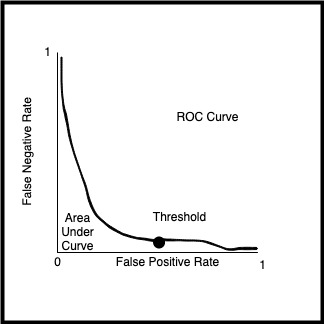
The draw.io diagram machine_learning/diagrams/ROC.drawio.png in analytiq-hub/sigagent.github.io, before a commit. Source tidied: cells renumbered, new cells last; positions are measured from the earlier drawing's top-left corner, leaving out a move shared by most shapes. Its diagram source:
```xml
<mxGraphModel>
  <root>
    <mxCell id="0" />
    <mxCell id="1" parent="0" />
    <mxCell id="2" style="whiteSpace=wrap;html=1;strokeWidth=4;" parent="1" vertex="1">
      <mxGeometry x="40" width="320" height="320" as="geometry" />
    </mxCell>
    <mxCell id="3" style="endArrow=none;html=1;rounded=0;" parent="1" edge="1">
      <mxGeometry relative="1" as="geometry">
        <mxPoint x="95" y="250" as="sourcePoint" />
        <mxPoint x="295" y="250" as="targetPoint" />
      </mxGeometry>
    </mxCell>
    <mxCell id="4" style="endArrow=none;html=1;rounded=0;" parent="1" edge="1">
      <mxGeometry relative="1" as="geometry">
        <mxPoint x="95" y="250" as="sourcePoint" />
        <mxPoint x="295" y="250" as="targetPoint" />
      </mxGeometry>
    </mxCell>
    <mxCell id="5" value="ROC Curve" style="text;html=1;align=center;verticalAlign=middle;strokeColor=none;fillColor=none;" parent="1" vertex="1">
      <mxGeometry x="200" y="100" width="90" height="30" as="geometry" />
    </mxCell>
    <mxCell id="6" value="False Positive Rate" style="text;html=1;align=center;verticalAlign=middle;strokeColor=none;fillColor=none;" parent="1" vertex="1">
      <mxGeometry x="140" y="245" width="130" height="30" as="geometry" />
    </mxCell>
    <mxCell id="7" value="False Negative Rate" style="text;html=1;align=center;verticalAlign=middle;strokeColor=none;fillColor=none;rotation=270;" parent="1" vertex="1">
      <mxGeometry y="135" width="130" height="30" as="geometry" />
    </mxCell>
    <mxCell id="8" style="endArrow=none;html=1;rounded=0;" parent="1" edge="1">
      <mxGeometry relative="1" as="geometry">
        <mxPoint x="95" y="250" as="sourcePoint" />
        <mxPoint x="295" y="250" as="targetPoint" />
      </mxGeometry>
    </mxCell>
    <mxCell id="9" style="shape=(stored shape, 4168 characters);lineShape=1;" parent="1" vertex="1">
      <mxGeometry x="98.4" y="54.4" width="196.3" height="193.4" as="geometry" />
    </mxCell>
    <mxCell id="10" style="endArrow=none;html=1;rounded=0;" parent="1" edge="1">
      <mxGeometry relative="1" as="geometry">
        <mxPoint x="95" y="250" as="sourcePoint" />
        <mxPoint x="95" y="50" as="targetPoint" />
      </mxGeometry>
    </mxCell>
    <mxCell id="11" value="0" style="text;html=1;align=center;verticalAlign=middle;strokeColor=none;fillColor=none;" parent="1" vertex="1">
      <mxGeometry x="80" y="245" width="30" height="30" as="geometry" />
    </mxCell>
    <mxCell id="12" value="1" style="text;html=1;align=center;verticalAlign=middle;strokeColor=none;fillColor=none;" parent="1" vertex="1">
      <mxGeometry x="285" y="247.8" width="30" height="30" as="geometry" />
    </mxCell>
    <mxCell id="13" value="1" style="text;html=1;align=center;verticalAlign=middle;strokeColor=none;fillColor=none;" parent="1" vertex="1">
      <mxGeometry x="70" y="35" width="30" height="30" as="geometry" />
    </mxCell>
    <mxCell id="14" value="&lt;div&gt;Area &lt;br&gt;&lt;/div&gt;&lt;div&gt;Under &lt;br&gt;&lt;/div&gt;&lt;div&gt;Curve&lt;/div&gt;" style="text;html=1;align=center;verticalAlign=middle;strokeColor=none;fillColor=none;" parent="1" vertex="1">
      <mxGeometry x="85" y="200" width="60" height="60" as="geometry" />
    </mxCell>
    <mxCell id="15" style="shape=waypoint;sketch=0;size=6;fillColor=none;perimeter=centerPerimeter;strokeWidth=4;" parent="1" vertex="1">
      <mxGeometry x="176.6" y="220" width="40" height="40" as="geometry" />
    </mxCell>
    <mxCell id="16" value="Threshold" style="text;html=1;align=center;verticalAlign=middle;strokeColor=none;fillColor=none;" parent="1" vertex="1">
      <mxGeometry x="176.6" y="200" width="80" height="30" as="geometry" />
    </mxCell>
  </root>
</mxGraphModel>
```
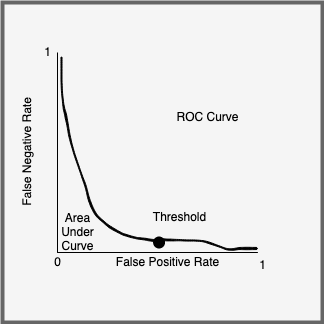
After the commit.

The edit, as a diff of the source:
```diff
@@ -2,7 +2,7 @@
   <root>
     <mxCell id="0" />
     <mxCell id="1" parent="0" />
-    <mxCell id="2" style="whiteSpace=wrap;html=1;strokeWidth=4;" parent="1" vertex="1">
+    <mxCell id="2" style="whiteSpace=wrap;html=1;strokeWidth=4;fillColor=#f5f5f5;fontColor=#333333;strokeColor=#666666;" parent="1" vertex="1">
       <mxGeometry x="40" width="320" height="320" as="geometry" />
     </mxCell>
     <mxCell id="3" style="endArrow=none;html=1;rounded=0;" parent="1" edge="1">
```
